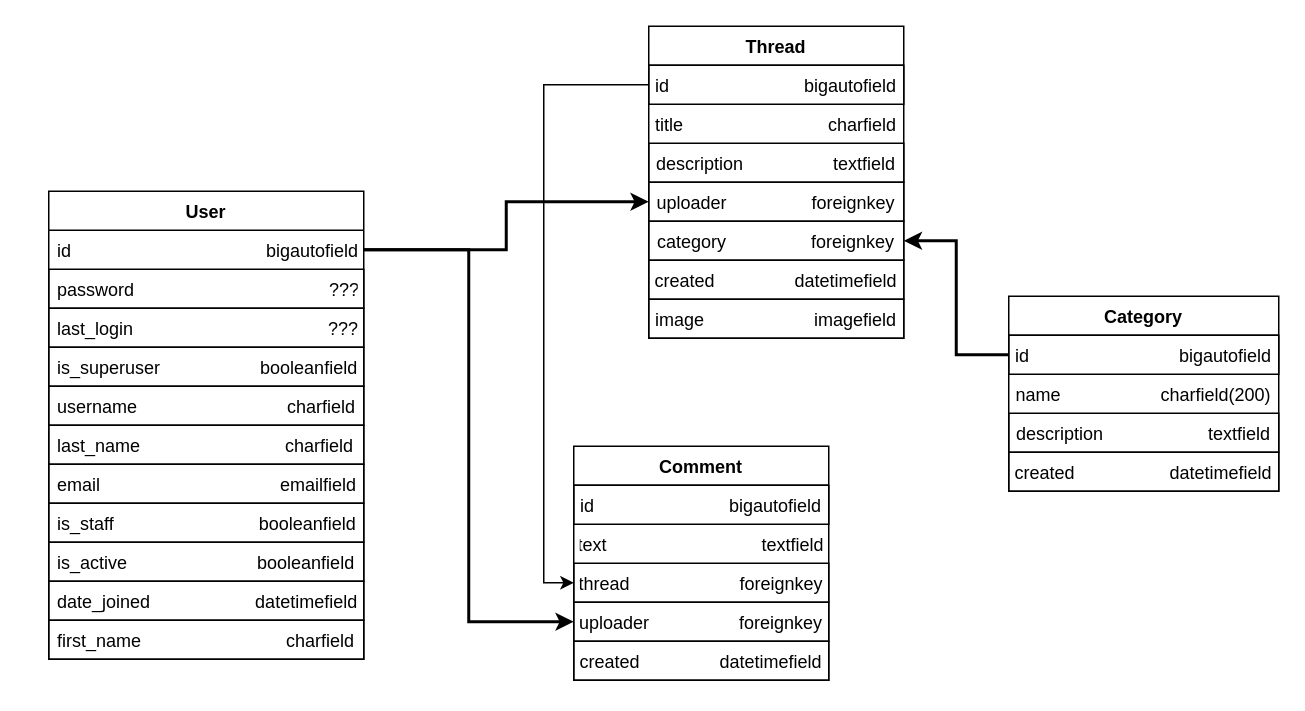
Before: iskraforum.drawio in LukaCafuka/Diagrams-TiPK, a draw.io diagram. Source tidied: cells renumbered, new cells numbered last; positions are measured from the earlier drawing's top-left corner, leaving out a move shared by most shapes. Both pictures are drawn from the tidied source at 150%, with x=0, y=0 at pixel (48, 26).
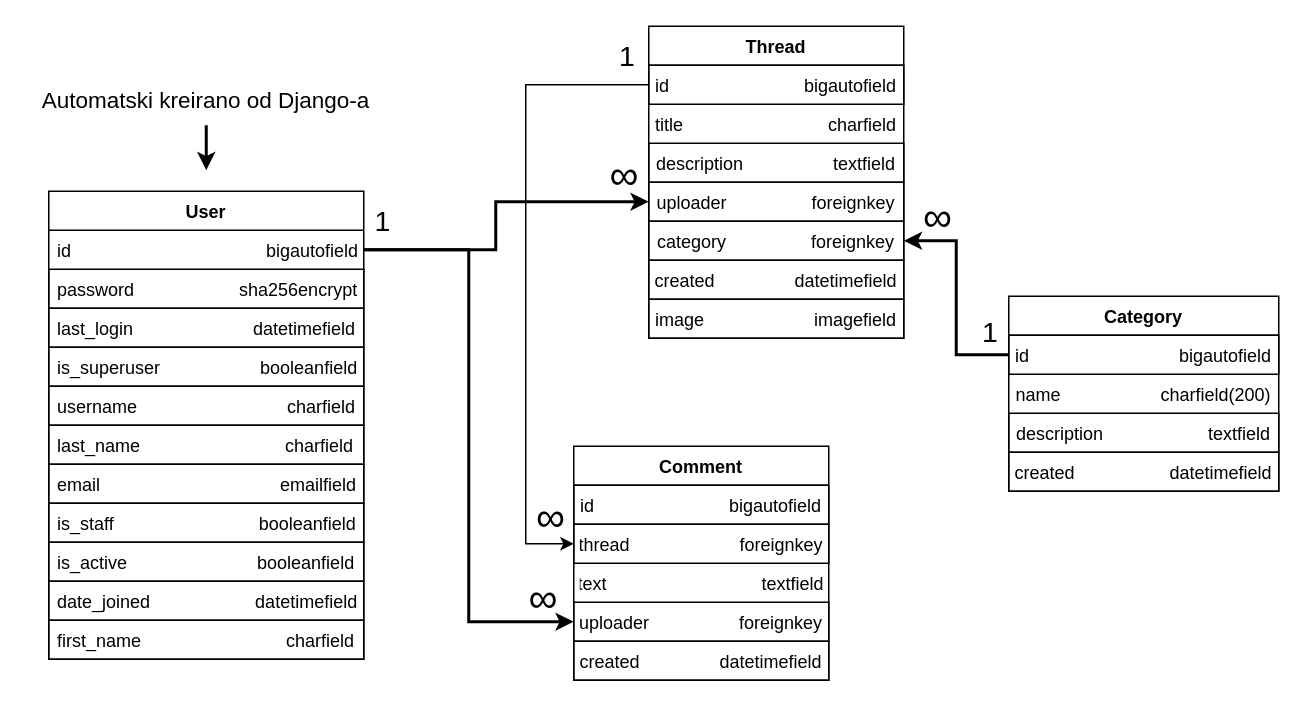
After the change.

The change refers to these unchanged cells:
```xml
<mxCell id="2" value="User" style="swimlane;fontStyle=1;align=center;verticalAlign=top;horizontal=1;startSize=26;rotation=0;" parent="1" vertex="1">
  <mxGeometry y="110" width="210" height="312" as="geometry" />
</mxCell>
<mxCell id="3" value="id                                       bigautofield" style="text;strokeColor=none;fillColor=none;align=left;verticalAlign=top;spacingLeft=4;spacingRight=4;overflow=hidden;points=[[0,0.5],[1,0.5]];portConstraint=eastwest;rotation=0;" parent="2" vertex="1">
  <mxGeometry y="26" width="210" height="26" as="geometry" />
</mxCell>
<mxCell id="16" value="id                           bigautofield" style="text;strokeColor=default;fillColor=none;align=center;verticalAlign=top;spacingLeft=4;spacingRight=4;overflow=hidden;points=[[0,0.5],[1,0.5]];portConstraint=eastwest;" parent="15" vertex="1">
  <mxGeometry y="26" width="170" height="26" as="geometry" />
</mxCell>
<mxCell id="19" value="uploader                 foreignkey" style="text;align=center;verticalAlign=top;spacingLeft=4;spacingRight=4;overflow=hidden;points=[[0,0.5],[1,0.5]];portConstraint=eastwest;fillColor=none;strokeColor=default;" parent="15" vertex="1">
  <mxGeometry y="104" width="170" height="26" as="geometry" />
</mxCell>
<mxCell id="28" value="Comment" style="swimlane;fontStyle=1;align=center;verticalAlign=top;horizontal=1;startSize=26;" parent="1" vertex="1">
  <mxGeometry x="350" y="280" width="170" height="156" as="geometry" />
</mxCell>
```

Change to the diagram source:
```diff
@@
-    <mxCell id="4" value="password                                       ???" style="text;align=left;verticalAlign=top;spacingLeft=4;spacingRight=4;overflow=hidden;fillColor=none;strokeColor=default;rotation=0;" parent="2" vertex="1">
+    <mxCell id="4" value="password                     sha256encrypt" style="text;align=left;verticalAlign=top;spacingLeft=4;spacingRight=4;overflow=hidden;fillColor=none;strokeColor=default;rotation=0;" parent="2" vertex="1">
       <mxGeometry y="52" width="210" height="26" as="geometry" />
     </mxCell>
-    <mxCell id="5" value="last_login                                       ???" style="text;align=left;verticalAlign=top;spacingLeft=4;spacingRight=4;overflow=hidden;fillColor=none;strokeColor=default;rotation=0;" parent="2" vertex="1">
+    <mxCell id="5" value="last_login                        datetimefield" style="text;align=left;verticalAlign=top;spacingLeft=4;spacingRight=4;overflow=hidden;fillColor=none;strokeColor=default;rotation=0;" parent="2" vertex="1">
       <mxGeometry y="78" width="210" height="26" as="geometry" />
     </mxCell>
@@
+    <mxCell id="31" value="thread                      foreignkey" style="text;align=center;verticalAlign=top;spacingLeft=4;spacingRight=4;overflow=hidden;points=[[0,0.5],[1,0.5]];portConstraint=eastwest;fillColor=none;strokeColor=default;" parent="28" vertex="1">
+      <mxGeometry y="52" width="170" height="26" as="geometry" />
+    </mxCell>
     <mxCell id="30" value="text                               textfield" style="text;strokeColor=none;fillColor=none;align=center;verticalAlign=top;spacingLeft=4;spacingRight=4;overflow=hidden;" parent="28" vertex="1">
-      <mxGeometry y="52" width="170" height="26" as="geometry" />
+      <mxGeometry y="78" width="170" height="26" as="geometry" />
     </mxCell>
-    <mxCell id="31" value="thread                      foreignkey" style="text;align=center;verticalAlign=top;spacingLeft=4;spacingRight=4;overflow=hidden;points=[[0,0.5],[1,0.5]];portConstraint=eastwest;fillColor=none;strokeColor=default;" parent="28" vertex="1">
-      <mxGeometry y="78" width="170" height="26" as="geometry" />
-    </mxCell>
@@
     <mxCell id="34" style="edgeStyle=orthogonalEdgeStyle;rounded=0;jettySize=auto;html=1;exitX=1;exitY=0.5;exitDx=0;exitDy=0;strokeWidth=2;" parent="1" edge="1" source="3" target="19">
-      <mxGeometry relative="1" as="geometry" />
+      <mxGeometry relative="1" as="geometry">
+        <Array as="points">
+          <mxPoint x="298" y="149" />
+          <mxPoint x="298" y="117" />
+        </Array>
+      </mxGeometry>
     </mxCell>
@@
     <mxCell id="36" style="edgeStyle=orthogonalEdgeStyle;rounded=0;jettySize=auto;html=1;entryX=0;entryY=0.5;entryDx=0;entryDy=0;strokeWidth=1;" parent="1" edge="1" source="16" target="31">
-      <mxGeometry relative="1" as="geometry" />
+      <mxGeometry relative="1" as="geometry">
+        <Array as="points">
+          <mxPoint x="318" y="39" />
+          <mxPoint x="318" y="345" />
+        </Array>
+      </mxGeometry>
     </mxCell>
@@
+    <mxCell id="38" value="&lt;font style=&quot;font-size: 19px;&quot;&gt;1&lt;/font&gt;" style="text;html=1;strokeColor=none;fillColor=none;align=center;verticalAlign=middle;whiteSpace=wrap;rounded=0;shadow=0;glass=0;sketch=0;" parent="1" vertex="1">
+      <mxGeometry x="193" y="116" width="60" height="30" as="geometry" />
+    </mxCell>
+    <mxCell id="39" value="&lt;font style=&quot;font-size: 27px;&quot;&gt;∞&lt;/font&gt;" style="text;html=1;strokeColor=none;fillColor=none;align=center;verticalAlign=middle;whiteSpace=wrap;rounded=0;shadow=0;glass=0;sketch=0;" parent="1" vertex="1">
+      <mxGeometry x="354" y="85" width="60" height="30" as="geometry" />
+    </mxCell>
+    <mxCell id="40" value="&lt;font style=&quot;font-size: 19px;&quot;&gt;1&lt;/font&gt;" style="text;html=1;strokeColor=none;fillColor=none;align=center;verticalAlign=middle;whiteSpace=wrap;rounded=0;shadow=0;glass=0;sketch=0;" parent="1" vertex="1">
+      <mxGeometry x="356" y="6" width="60" height="30" as="geometry" />
+    </mxCell>
+    <mxCell id="41" value="&lt;font style=&quot;font-size: 27px;&quot;&gt;∞&lt;/font&gt;" style="text;html=1;strokeColor=none;fillColor=none;align=center;verticalAlign=middle;whiteSpace=wrap;rounded=0;shadow=0;glass=0;sketch=0;" parent="1" vertex="1">
+      <mxGeometry x="300" y="367" width="60" height="30" as="geometry" />
+    </mxCell>
+    <mxCell id="42" value="&lt;font style=&quot;font-size: 27px;&quot;&gt;∞&lt;/font&gt;" style="text;html=1;strokeColor=none;fillColor=none;align=center;verticalAlign=middle;whiteSpace=wrap;rounded=0;shadow=0;glass=0;sketch=0;" parent="1" vertex="1">
+      <mxGeometry x="305" y="313" width="60" height="30" as="geometry" />
+    </mxCell>
+    <mxCell id="43" value="&lt;font style=&quot;font-size: 19px;&quot;&gt;1&lt;/font&gt;" style="text;html=1;strokeColor=none;fillColor=none;align=center;verticalAlign=middle;whiteSpace=wrap;rounded=0;shadow=0;glass=0;sketch=0;" parent="1" vertex="1">
+      <mxGeometry x="598" y="190" width="60" height="30" as="geometry" />
+    </mxCell>
+    <mxCell id="44" value="&lt;font style=&quot;font-size: 27px;&quot;&gt;∞&lt;/font&gt;" style="text;html=1;strokeColor=none;fillColor=none;align=center;verticalAlign=middle;whiteSpace=wrap;rounded=0;shadow=0;glass=0;sketch=0;" parent="1" vertex="1">
+      <mxGeometry x="563" y="113" width="60" height="30" as="geometry" />
+    </mxCell>
+    <mxCell id="45" style="edgeStyle=orthogonalEdgeStyle;rounded=0;jettySize=auto;html=1;strokeWidth=2;fontSize=15;" parent="1" edge="1" source="46">
+      <mxGeometry relative="1" as="geometry">
+        <mxPoint x="105" y="96" as="targetPoint" />
+        <Array as="points">
+          <mxPoint x="105" y="86" />
+          <mxPoint x="105" y="86" />
+        </Array>
+      </mxGeometry>
+    </mxCell>
+    <mxCell id="46" value="&lt;font style=&quot;font-size: 15px;&quot;&gt;Automatski kreirano od Django-a&lt;/font&gt;" style="text;html=1;strokeColor=none;fillColor=none;align=center;verticalAlign=middle;whiteSpace=wrap;rounded=0;shadow=0;glass=0;sketch=0;fontSize=27;" parent="1" vertex="1">
+      <mxGeometry x="-15" y="26" width="240" height="40" as="geometry" />
+    </mxCell>
```
